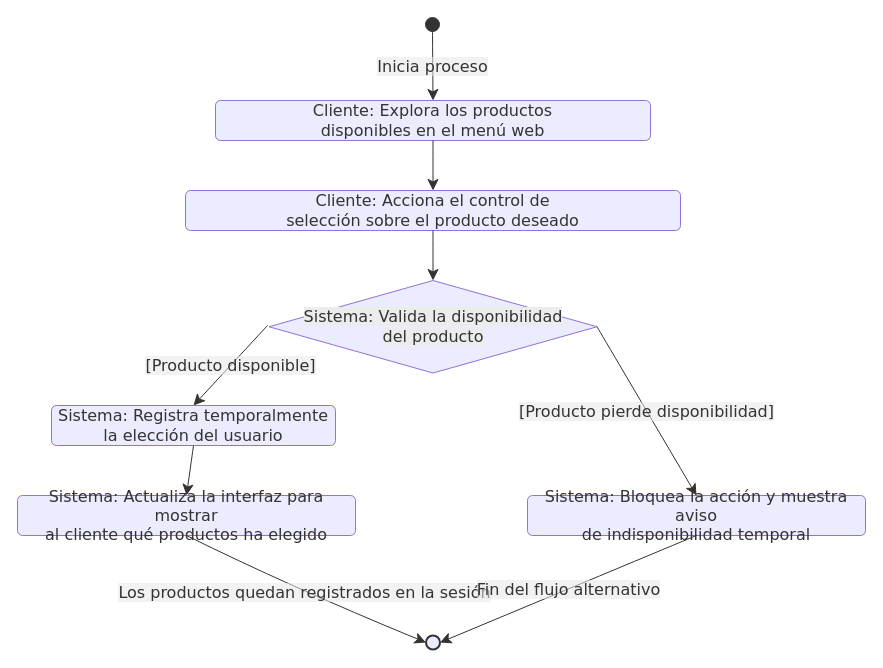
This is page "RF03" (3 of 5) of Diagramas/Casos de uso.drawio from CanelaFeliz/ProyectoPPI115, a draw.io file, before an edit. Source tidied: cells renumbered, new cells numbered last; positions are measured from the earlier drawing's top-left corner, leaving out a move shared by most shapes. Both pictures are drawn from the tidied source at 100%, with x=0, y=0 at pixel (17, 17).
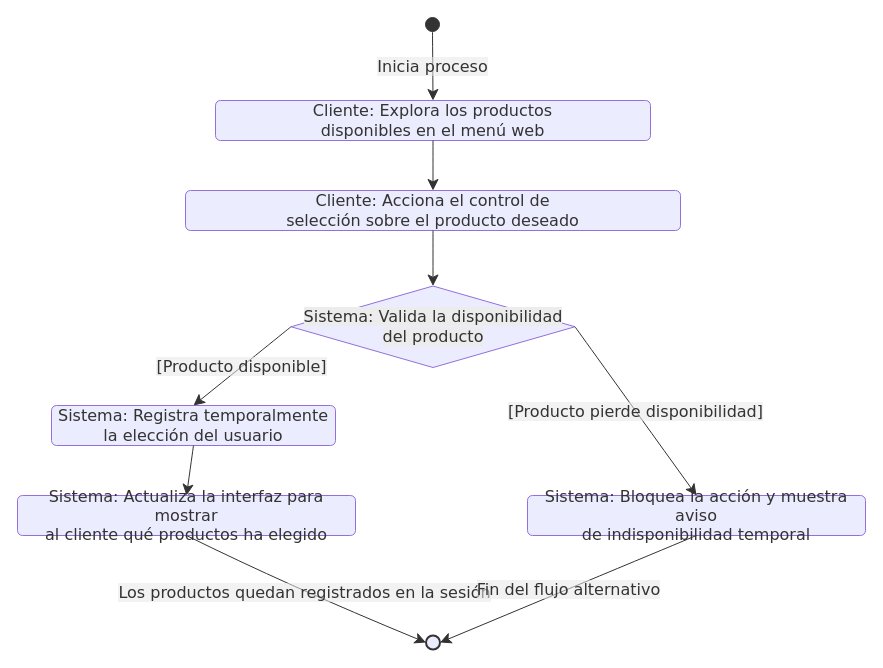
After the change.

The change refers to these unchanged cells:
```xml
<mxCell id="2" style="group;" parent="1" vertex="1">
  <mxGeometry width="848" height="632" as="geometry" />
</mxCell>
<mxCell id="7" value="Sistema: Registra temporalmente&lt;div&gt;la elección del usuario&lt;/div&gt;" style="rounded=1;absoluteArcSize=1;arcSize=10;html=1;whiteSpace=wrap;strokeWidth=1;fillColor=light-dark(#ECECFF,#1f2020);strokeColor=light-dark(#9370DB,#cccccc);fontColor=light-dark(#333333,#cccccc);fontFamily=Trebuchet MS,Verdana,Arial,sans-serif;fontSize=16;" parent="2" vertex="1">
  <mxGeometry x="34" y="388" width="284" height="40" as="geometry" />
</mxCell>
```

What changed in the source:
```diff
@@
     <mxCell id="3" value="&lt;span style=&quot;color: rgb(51, 51, 51); font-family: &amp;quot;Trebuchet MS&amp;quot;, Verdana, Arial, sans-serif; font-size: 16px; font-style: normal; font-variant-ligatures: normal; font-variant-caps: normal; font-weight: 400; letter-spacing: normal; orphans: 2; text-align: center; text-indent: 0px; text-transform: none; widows: 2; word-spacing: 0px; -webkit-text-stroke-width: 0px; white-space: normal; background-color: rgb(236, 236, 236); text-decoration-thickness: initial; text-decoration-style: initial; text-decoration-color: initial; float: none; display: inline !important;&quot;&gt;Sistema: Valida la disponibilidad&lt;/span&gt;&lt;div&gt;&lt;span style=&quot;color: rgb(51, 51, 51); font-family: &amp;quot;Trebuchet MS&amp;quot;, Verdana, Arial, sans-serif; font-size: 16px; font-style: normal; font-variant-ligatures: normal; font-variant-caps: normal; font-weight: 400; letter-spacing: normal; orphans: 2; text-align: center; text-indent: 0px; text-transform: none; widows: 2; word-spacing: 0px; -webkit-text-stroke-width: 0px; white-space: normal; background-color: rgb(236, 236, 236); text-decoration-thickness: initial; text-decoration-style: initial; text-decoration-color: initial; float: none; display: inline !important;&quot;&gt;del producto&lt;/span&gt;&lt;/div&gt;" style="rhombus;html=1;strokeWidth=1;whiteSpace=wrap;fillColor=light-dark(#ECECFF,#1f2020);strokeColor=light-dark(#9370DB,#cccccc);fontColor=light-dark(#333333,#cccccc);fontFamily=Trebuchet MS,Verdana,Arial,sans-serif;fontSize=16;" parent="2" vertex="1">
-      <mxGeometry x="251.5" y="263" width="328" height="92.5" as="geometry" />
+      <mxGeometry x="273.5" y="268.5" width="284" height="81.5" as="geometry" />
     </mxCell>
@@
-    <mxCell id="14" value="[Producto disponible]" style="curved=1;startArrow=none;endArrow=classic;endSize=9;fillColor=none;strokeColor=light-dark(#333333,#cccccc);html=1;fontSize=16;labelBackgroundColor=#E8E8E88D;fontFamily=Trebuchet MS,Verdana,Arial,sans-serif;fontColor=light-dark(#333333,#cccccc);entryX=0.5;entryY=0;rounded=0;" parent="2" edge="1" target="7">
-      <mxGeometry relative="1" as="geometry">
-        <mxPoint x="250" y="308" as="sourcePoint" />
-      </mxGeometry>
+    <mxCell id="14" value="[Producto disponible]" style="curved=1;startArrow=none;endArrow=classic;endSize=9;fillColor=none;strokeColor=light-dark(#333333,#cccccc);html=1;fontSize=16;labelBackgroundColor=#E8E8E88D;fontFamily=Trebuchet MS,Verdana,Arial,sans-serif;fontColor=light-dark(#333333,#cccccc);entryX=0.5;entryY=0;rounded=0;exitX=0;exitY=0.5;exitDx=0;exitDy=0;" parent="2" edge="1" source="3" target="7">
+      <mxGeometry relative="1" as="geometry" />
     </mxCell>
```
